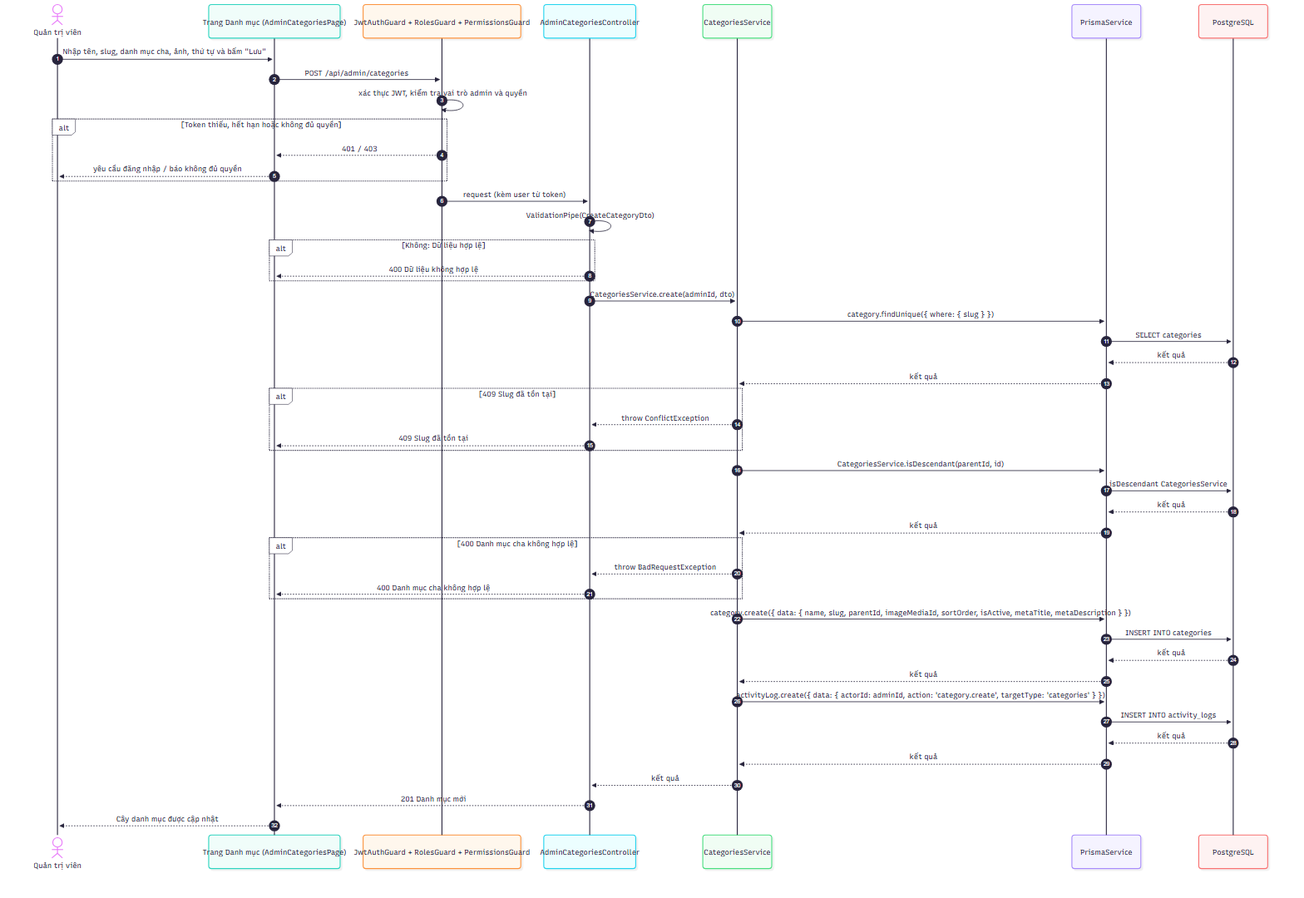
This is docs/diagrams/png/sequence_UC-ADM-05_quan-ly-danh-muc-san-pham.png from 2431540234-arch/XDUDTMDT, a Mermaid export, as it was before one commit. Its source is kept beside it as docs/diagrams/src/sequence_UC-ADM-05_quan-ly-danh-muc-san-pham.mmd.
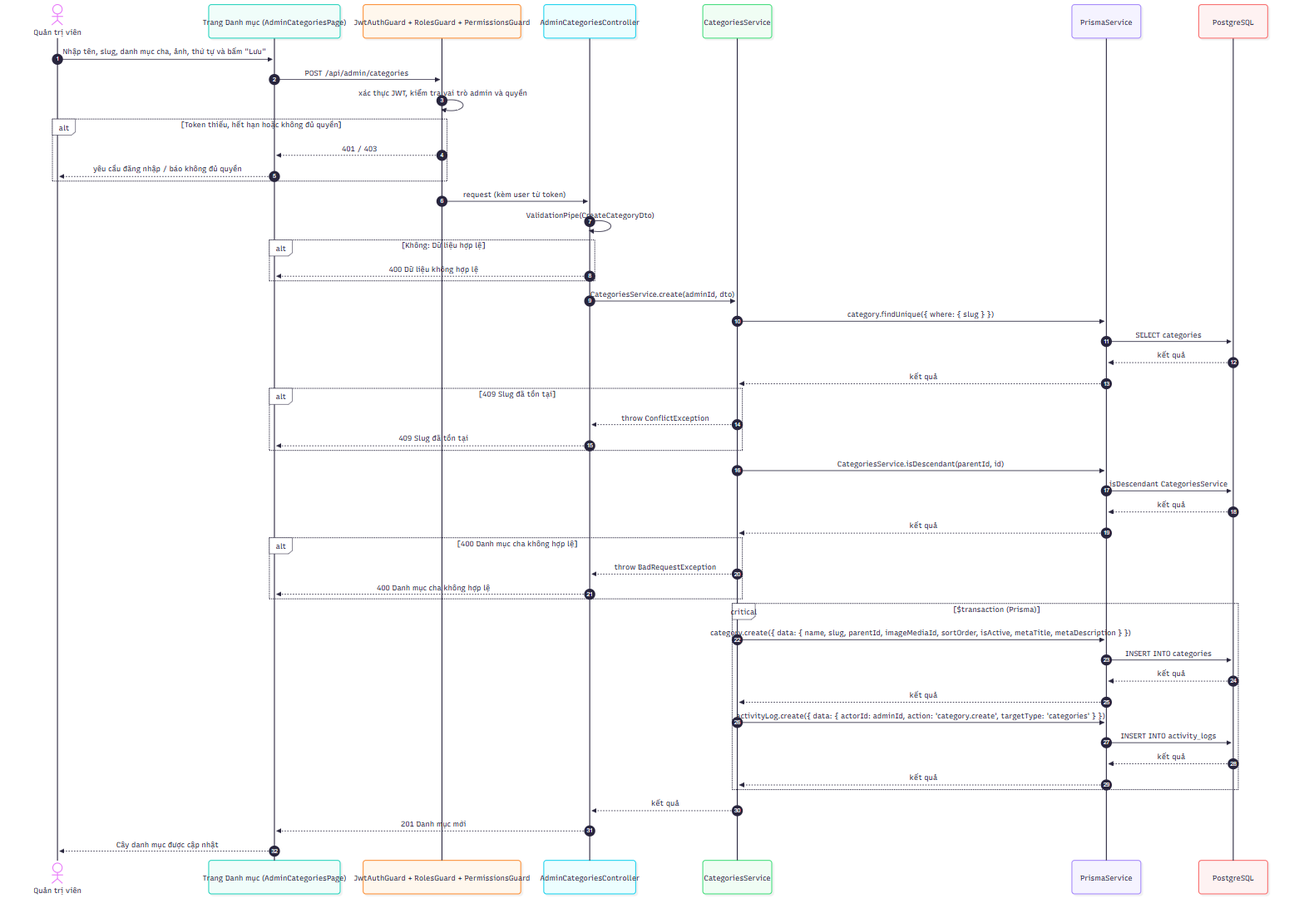
After the commit.

Change to the diagram source:
```diff
@@ -36,14 +36,16 @@
         S-->>C: throw BadRequestException
         C-->>FE: 400 Danh mục cha không hợp lệ
     end
-    S->>P: category.create({ data: { name, slug, parentId, imageMediaId, sortOrder, isActive, metaTitle, metaDescription } })
-    P->>D: INSERT INTO categories
-    D-->>P: kết quả
-    P-->>S: kết quả
-    S->>P: activityLog.create({ data: { actorId: adminId, action: 'category.create', targetType: 'categories' } })
-    P->>D: INSERT INTO activity_logs
-    D-->>P: kết quả
-    P-->>S: kết quả
+    critical $transaction (Prisma)
+        S->>P: category.create({ data: { name, slug, parentId, imageMediaId, sortOrder, isActive, metaTitle, metaDescription } })
+        P->>D: INSERT INTO categories
+        D-->>P: kết quả
+        P-->>S: kết quả
+        S->>P: activityLog.create({ data: { actorId: adminId, action: 'category.create', targetType: 'categories' } })
+        P->>D: INSERT INTO activity_logs
+        D-->>P: kết quả
+        P-->>S: kết quả
+    end
     S-->>C: kết quả
     C-->>FE: 201 Danh mục mới
     FE-->>A: Cây danh mục được cập nhật
```
